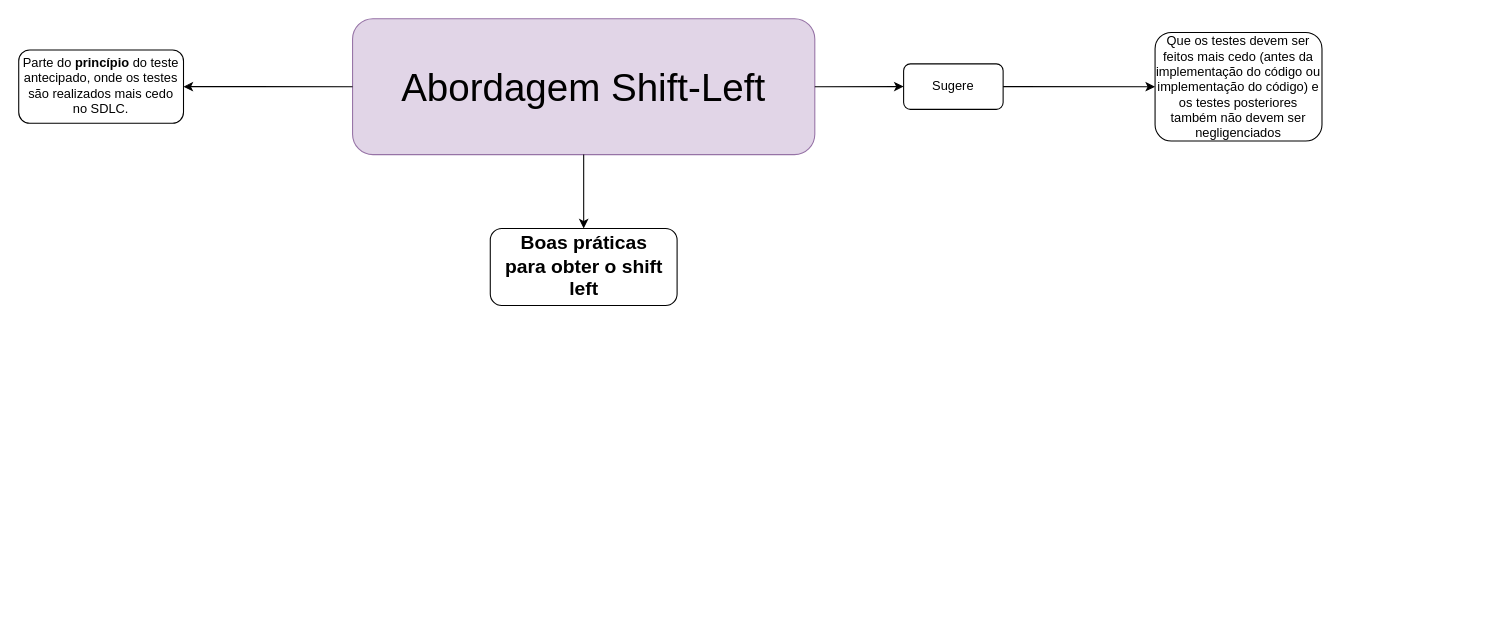
Before: page "Subtopico 2.1.5" (6 of 7) of capitulo2.drawio in Natalirodriguess/estudos, a draw.io diagram. Source tidied: cells renumbered, new cells numbered last; positions are measured from the earlier drawing's top-left corner, leaving out a move shared by most shapes. Both pictures are drawn from the tidied source at 107%, with x=0, y=0 at pixel (18, 18).
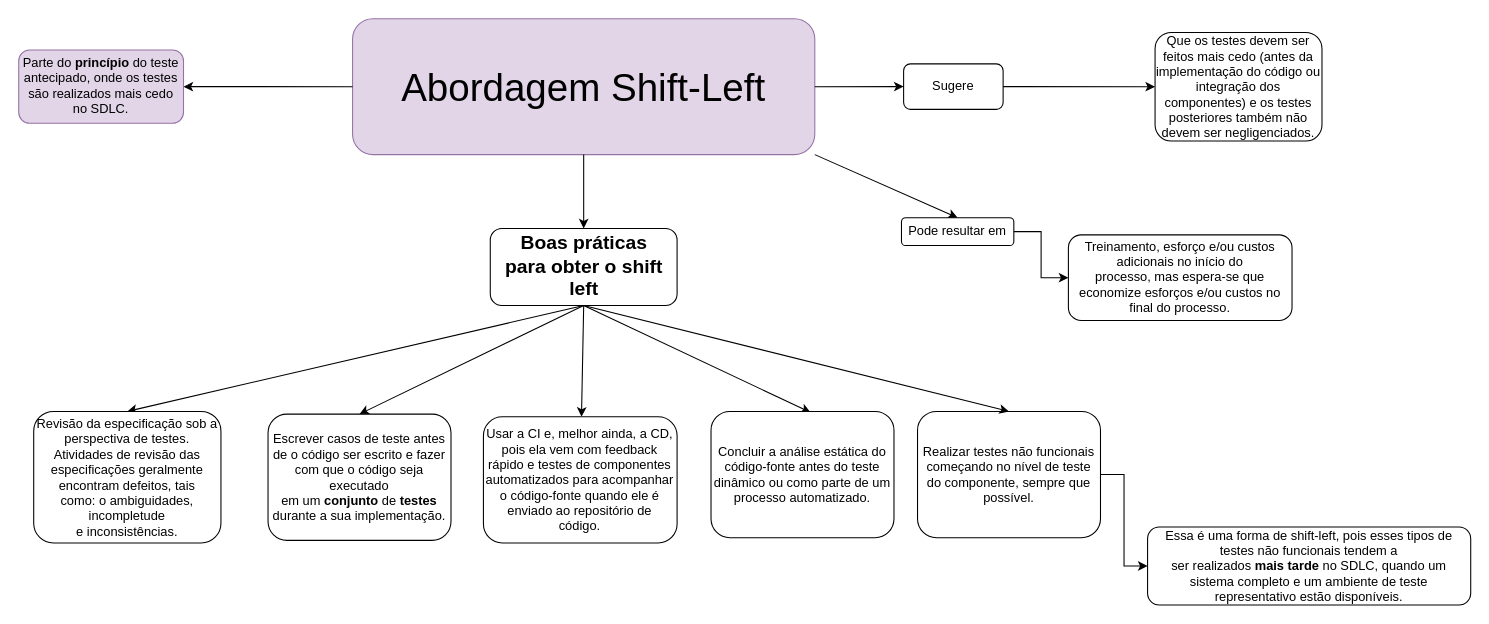
The same page after the edit.

The change refers to these unchanged cells:
```xml
<mxCell id="2" value="&lt;font style=&quot;font-size: 36px;&quot;&gt; Abordagem Shift-Left&lt;/font&gt;" style="rounded=1;whiteSpace=wrap;html=1;fillColor=#e1d5e7;strokeColor=#9673a6;" parent="1" vertex="1">
  <mxGeometry x="312" width="432" height="127" as="geometry" />
</mxCell>
<mxCell id="10" value="&lt;font style=&quot;font-size: 18px;&quot;&gt;&lt;b&gt;Boas práticas&lt;br&gt;para obter o shift left&lt;/b&gt;&lt;/font&gt;" style="rounded=1;whiteSpace=wrap;html=1;" parent="1" vertex="1">
  <mxGeometry x="440.7" y="196" width="174.6" height="72" as="geometry" />
</mxCell>
```

The edit, as a diff of the source:
```diff
@@
-    <mxCell id="4" value="Parte do &lt;b&gt;princípio &lt;/b&gt;do teste antecipado, onde os testes são realizados mais cedo no SDLC." style="rounded=1;whiteSpace=wrap;html=1;" parent="1" vertex="1">
+    <mxCell id="4" value="Parte do &lt;b&gt;princípio &lt;/b&gt;do teste antecipado, onde os testes são realizados mais cedo no SDLC." style="rounded=1;whiteSpace=wrap;html=1;fillColor=#e1d5e7;strokeColor=#9673a6;" parent="1" vertex="1">
       <mxGeometry y="29.2" width="154" height="68.5" as="geometry" />
     </mxCell>
@@
-    <mxCell id="7" value="Que os testes devem ser feitos mais cedo (antes da implementação do código ou implementação do cód&lt;span style=&quot;background-color: initial;&quot;&gt;igo) e os testes posteriores também não devem ser negligenciados&lt;/span&gt;" style="rounded=1;whiteSpace=wrap;html=1;" parent="1" vertex="1">
+    <mxCell id="7" value="Que os testes devem ser feitos mais cedo (antes da implementação do código ou integração dos componentes&lt;span style=&quot;background-color: initial;&quot;&gt;) e os testes posteriores também não devem ser negligenciados.&lt;/span&gt;" style="rounded=1;whiteSpace=wrap;html=1;" parent="1" vertex="1">
       <mxGeometry x="1062" y="12.8" width="156" height="101.5" as="geometry" />
     </mxCell>
@@
+    <mxCell id="11" style="endArrow=classic;html=1;rounded=0;exitX=0.5;exitY=1;exitDx=0;exitDy=0;entryX=0.5;entryY=0;entryDx=0;entryDy=0;" parent="1" edge="1" source="10" target="18">
+      <mxGeometry relative="1" as="geometry" />
+    </mxCell>
+    <mxCell id="12" style="endArrow=classic;html=1;rounded=0;exitX=0.5;exitY=1;exitDx=0;exitDy=0;entryX=0.5;entryY=0;entryDx=0;entryDy=0;" parent="1" edge="1" source="10" target="19">
+      <mxGeometry relative="1" as="geometry" />
+    </mxCell>
+    <mxCell id="13" style="endArrow=classic;html=1;rounded=0;exitX=0.5;exitY=1;exitDx=0;exitDy=0;" parent="1" edge="1" source="10" target="20">
+      <mxGeometry relative="1" as="geometry" />
+    </mxCell>
+    <mxCell id="14" style="endArrow=classic;html=1;rounded=0;exitX=0.5;exitY=1;exitDx=0;exitDy=0;entryX=0.544;entryY=0.008;entryDx=0;entryDy=0;entryPerimeter=0;" parent="1" edge="1" source="10" target="21">
+      <mxGeometry relative="1" as="geometry" />
+    </mxCell>
+    <mxCell id="15" style="endArrow=classic;html=1;rounded=0;exitX=1;exitY=1;exitDx=0;exitDy=0;entryX=0.5;entryY=0;entryDx=0;entryDy=0;" parent="1" edge="1" source="2" target="17">
+      <mxGeometry relative="1" as="geometry" />
+    </mxCell>
+    <mxCell id="16" style="edgeStyle=orthogonalEdgeStyle;rounded=0;jettySize=auto;html=1;" parent="1" edge="1" source="17" target="26">
+      <mxGeometry relative="1" as="geometry" />
+    </mxCell>
+    <mxCell id="17" value="Pode resultar em" style="rounded=1;whiteSpace=wrap;html=1;" parent="1" vertex="1">
+      <mxGeometry x="825" y="186" width="105" height="26" as="geometry" />
+    </mxCell>
+    <mxCell id="18" value="Revisão da especificação sob a perspectiva de testes. Atividades de revisão das especificações geralmente encontram defeitos, tais como:&amp;nbsp;o ambiguidades, incompletude&lt;br&gt;e inconsistências." style="rounded=1;whiteSpace=wrap;html=1;" parent="1" vertex="1">
+      <mxGeometry x="14" y="367" width="175" height="123" as="geometry" />
+    </mxCell>
+    <mxCell id="19" value="Escrever casos de teste antes de o código ser escrito e fazer com que o código seja executado&lt;br&gt;em um &lt;b&gt;conjunto &lt;/b&gt;de &lt;b&gt;testes &lt;/b&gt;durante a sua implementação." style="rounded=1;whiteSpace=wrap;html=1;" parent="1" vertex="1">
+      <mxGeometry x="233" y="369.5" width="171" height="118" as="geometry" />
+    </mxCell>
+    <mxCell id="20" value="Usar a CI e, melhor ainda, a CD, pois ela vem com feedback rápido e testes de componentes&lt;br&gt;automatizados para acompanhar o código-fonte quando ele é enviado ao repositório de&lt;br&gt;código." style="rounded=1;whiteSpace=wrap;html=1;" parent="1" vertex="1">
+      <mxGeometry x="434.3" y="372" width="181" height="118" as="geometry" />
+    </mxCell>
+    <mxCell id="21" value="Concluir a análise estática do código-fonte antes do teste dinâmico ou como parte de um&lt;br&gt;processo automatizado." style="rounded=1;whiteSpace=wrap;html=1;" parent="1" vertex="1">
+      <mxGeometry x="647" y="367" width="171" height="118" as="geometry" />
+    </mxCell>
+    <mxCell id="22" style="edgeStyle=orthogonalEdgeStyle;rounded=0;jettySize=auto;html=1;" parent="1" edge="1" source="23" target="25">
+      <mxGeometry relative="1" as="geometry" />
+    </mxCell>
+    <mxCell id="23" value="Realizar testes não funcionais começando no nível de teste do componente, sempre que&lt;br/&gt;possível." style="rounded=1;whiteSpace=wrap;html=1;" parent="1" vertex="1">
+      <mxGeometry x="840" y="367" width="171" height="118" as="geometry" />
+    </mxCell>
+    <mxCell id="24" style="endArrow=classic;html=1;rounded=0;exitX=0.5;exitY=1;exitDx=0;exitDy=0;entryX=0.5;entryY=0;entryDx=0;entryDy=0;" parent="1" edge="1" source="10" target="23">
+      <mxGeometry relative="1" as="geometry" />
+    </mxCell>
+    <mxCell id="25" value="Essa é uma forma de shift-left, pois esses tipos de testes não funcionais tendem a&lt;br&gt;ser realizados &lt;b&gt;mais tarde &lt;/b&gt;no SDLC, quando um sistema completo e um ambiente de teste&lt;br&gt;representativo estão disponíveis." style="whiteSpace=wrap;html=1;rounded=1;" parent="1" vertex="1">
+      <mxGeometry x="1055" y="475" width="302" height="73" as="geometry" />
+    </mxCell>
+    <mxCell id="26" value="Treinamento, esforço e/ou custos adicionais no início do&lt;br&gt;processo, mas espera-se que economize esforços e/ou custos no final do processo." style="whiteSpace=wrap;html=1;rounded=1;" parent="1" vertex="1">
+      <mxGeometry x="981" y="202" width="209" height="80" as="geometry" />
+    </mxCell>
```
